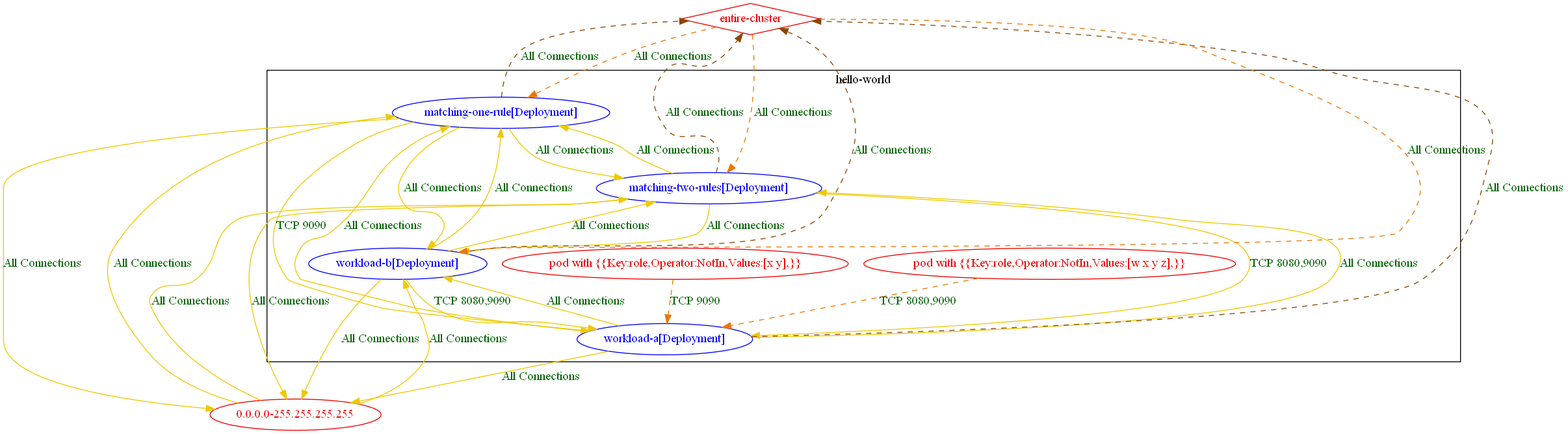
The Graphviz diagram test_outputs/connlist/exposure_test_exposure_with_different_rules_4_with_matching_pods_connlist_output.dot.png in np-guard/netpol-analyzer, before a commit. Its source is kept beside it as test_outputs/connlist/exposure_test_exposure_with_different_rules_4_with_matching_pods_connlist_output.dot. Source of this version:
```dot
digraph {
	subgraph "cluster_hello_world" {
		color="black"
		fontcolor="black"
		"hello-world/matching-one-rule[Deployment]" [label="matching-one-rule[Deployment]" color="blue" fontcolor="blue"]
		"hello-world/matching-two-rules[Deployment]" [label="matching-two-rules[Deployment]" color="blue" fontcolor="blue"]
		"hello-world/workload-a[Deployment]" [label="workload-a[Deployment]" color="blue" fontcolor="blue"]
		"hello-world/workload-b[Deployment]" [label="workload-b[Deployment]" color="blue" fontcolor="blue"]
		"pod with {{Key:role,Operator:NotIn,Values:[w x y z],}}_in_hello-world" [label="pod with {{Key:role,Operator:NotIn,Values:[w x y z],}}" color="red2" fontcolor="red2"]
		"pod with {{Key:role,Operator:NotIn,Values:[x y],}}_in_hello-world" [label="pod with {{Key:role,Operator:NotIn,Values:[x y],}}" color="red2" fontcolor="red2"]
		label="hello-world"
	}
	"0.0.0.0-255.255.255.255" [label="0.0.0.0-255.255.255.255" color="red2" fontcolor="red2"]
	"entire-cluster" [label="entire-cluster" color="red2" fontcolor="red2" shape=diamond]
	"0.0.0.0-255.255.255.255" -> "hello-world/matching-one-rule[Deployment]" [label="All Connections" color="gold2" fontcolor="darkgreen" weight=0.5]
	"0.0.0.0-255.255.255.255" -> "hello-world/matching-two-rules[Deployment]" [label="All Connections" color="gold2" fontcolor="darkgreen" weight=0.5]
	"0.0.0.0-255.255.255.255" -> "hello-world/workload-b[Deployment]" [label="All Connections" color="gold2" fontcolor="darkgreen" weight=0.5]
	"entire-cluster" -> "hello-world/matching-one-rule[Deployment]" [label="All Connections" color="darkorange2" fontcolor="darkgreen" weight=1 style=dashed]
	"entire-cluster" -> "hello-world/matching-two-rules[Deployment]" [label="All Connections" color="darkorange2" fontcolor="darkgreen" weight=1 style=dashed]
	"entire-cluster" -> "hello-world/workload-b[Deployment]" [label="All Connections" color="darkorange2" fontcolor="darkgreen" weight=1 style=dashed]
	"hello-world/matching-one-rule[Deployment]" -> "0.0.0.0-255.255.255.255" [label="All Connections" color="gold2" fontcolor="darkgreen" weight=1]
	"hello-world/matching-one-rule[Deployment]" -> "entire-cluster" [label="All Connections" color="darkorange4" fontcolor="darkgreen" weight=0.5 style=dashed]
	"hello-world/matching-one-rule[Deployment]" -> "hello-world/matching-two-rules[Deployment]" [label="All Connections" color="gold2" fontcolor="darkgreen" weight=0.5]
	"hello-world/matching-one-rule[Deployment]" -> "hello-world/workload-a[Deployment]" [label="TCP 9090" color="gold2" fontcolor="darkgreen" weight=0.5]
	"hello-world/matching-one-rule[Deployment]" -> "hello-world/workload-b[Deployment]" [label="All Connections" color="gold2" fontcolor="darkgreen" weight=0.5]
	"hello-world/matching-two-rules[Deployment]" -> "0.0.0.0-255.255.255.255" [label="All Connections" color="gold2" fontcolor="darkgreen" weight=1]
	"hello-world/matching-two-rules[Deployment]" -> "entire-cluster" [label="All Connections" color="darkorange4" fontcolor="darkgreen" weight=0.5 style=dashed]
	"hello-world/matching-two-rules[Deployment]" -> "hello-world/matching-one-rule[Deployment]" [label="All Connections" color="gold2" fontcolor="darkgreen" weight=1]
	"hello-world/matching-two-rules[Deployment]" -> "hello-world/workload-a[Deployment]" [label="TCP 8080,9090" color="gold2" fontcolor="darkgreen" weight=0.5]
	"hello-world/matching-two-rules[Deployment]" -> "hello-world/workload-b[Deployment]" [label="All Connections" color="gold2" fontcolor="darkgreen" weight=0.5]
	"hello-world/workload-a[Deployment]" -> "0.0.0.0-255.255.255.255" [label="All Connections" color="gold2" fontcolor="darkgreen" weight=1]
	"hello-world/workload-a[Deployment]" -> "entire-cluster" [label="All Connections" color="darkorange4" fontcolor="darkgreen" weight=0.5 style=dashed]
	"hello-world/workload-a[Deployment]" -> "hello-world/matching-one-rule[Deployment]" [label="All Connections" color="gold2" fontcolor="darkgreen" weight=1]
	"hello-world/workload-a[Deployment]" -> "hello-world/matching-two-rules[Deployment]" [label="All Connections" color="gold2" fontcolor="darkgreen" weight=1]
	"hello-world/workload-a[Deployment]" -> "hello-world/workload-b[Deployment]" [label="All Connections" color="gold2" fontcolor="darkgreen" weight=0.5]
	"hello-world/workload-b[Deployment]" -> "0.0.0.0-255.255.255.255" [label="All Connections" color="gold2" fontcolor="darkgreen" weight=1]
	"hello-world/workload-b[Deployment]" -> "entire-cluster" [label="All Connections" color="darkorange4" fontcolor="darkgreen" weight=0.5 style=dashed]
	"hello-world/workload-b[Deployment]" -> "hello-world/matching-one-rule[Deployment]" [label="All Connections" color="gold2" fontcolor="darkgreen" weight=1]
	"hello-world/workload-b[Deployment]" -> "hello-world/matching-two-rules[Deployment]" [label="All Connections" color="gold2" fontcolor="darkgreen" weight=1]
	"hello-world/workload-b[Deployment]" -> "hello-world/workload-a[Deployment]" [label="TCP 8080,9090" color="gold2" fontcolor="darkgreen" weight=1]
	"pod with {{Key:role,Operator:NotIn,Values:[w x y z],}}_in_hello-world" -> "hello-world/workload-a[Deployment]" [label="TCP 8080,9090" color="darkorange2" fontcolor="darkgreen" weight=1 style=dashed]
	"pod with {{Key:role,Operator:NotIn,Values:[x y],}}_in_hello-world" -> "hello-world/workload-a[Deployment]" [label="TCP 9090" color="darkorange2" fontcolor="darkgreen" weight=1 style=dashed]
}
```
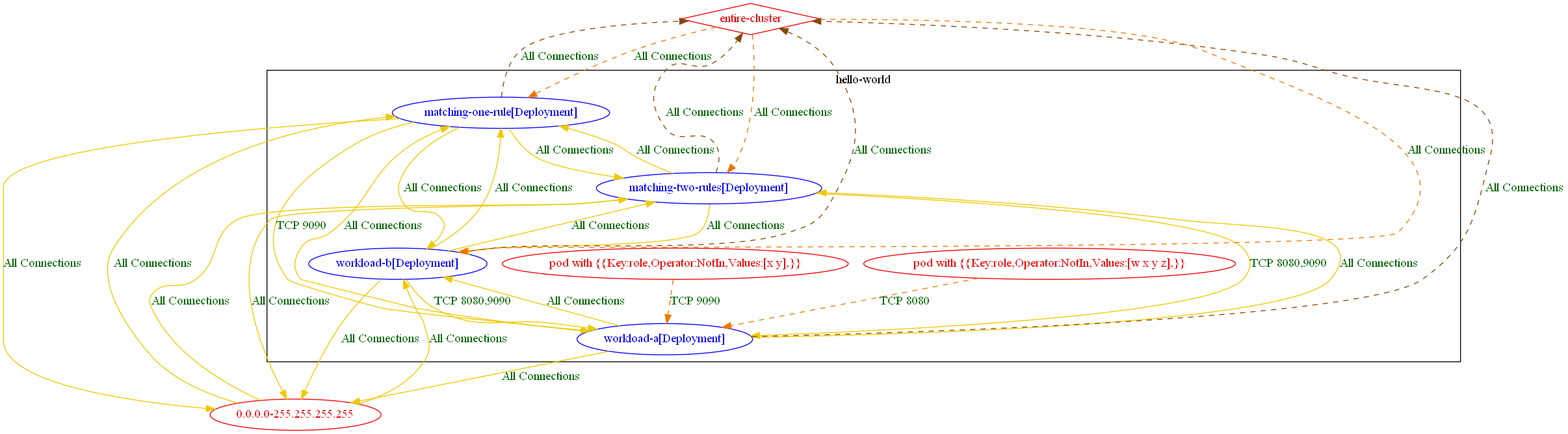
Later version of the same file.

Change to the diagram source:
```diff
@@ -38,6 +38,6 @@
 	"hello-world/workload-b[Deployment]" -> "hello-world/matching-one-rule[Deployment]" [label="All Connections" color="gold2" fontcolor="darkgreen" weight=1]
 	"hello-world/workload-b[Deployment]" -> "hello-world/matching-two-rules[Deployment]" [label="All Connections" color="gold2" fontcolor="darkgreen" weight=1]
 	"hello-world/workload-b[Deployment]" -> "hello-world/workload-a[Deployment]" [label="TCP 8080,9090" color="gold2" fontcolor="darkgreen" weight=1]
-	"pod with {{Key:role,Operator:NotIn,Values:[w x y z],}}_in_hello-world" -> "hello-world/workload-a[Deployment]" [label="TCP 8080,9090" color="darkorange2" fontcolor="darkgreen" weight=1 style=dashed]
+	"pod with {{Key:role,Operator:NotIn,Values:[w x y z],}}_in_hello-world" -> "hello-world/workload-a[Deployment]" [label="TCP 8080" color="darkorange2" fontcolor="darkgreen" weight=1 style=dashed]
 	"pod with {{Key:role,Operator:NotIn,Values:[x y],}}_in_hello-world" -> "hello-world/workload-a[Deployment]" [label="TCP 9090" color="darkorange2" fontcolor="darkgreen" weight=1 style=dashed]
 }
```
